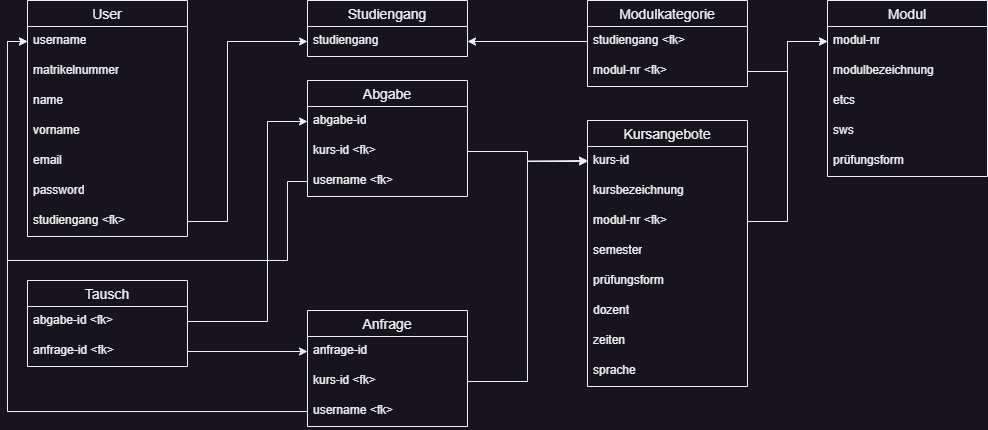
Earlier version of the draw.io export docs/assets/images/ERM.png (FynnKlette/Project-FSWD). Source tidied: cells renumbered, new cells last; positions are measured from the earlier drawing's top-left corner, leaving out a move shared by most shapes. Source of this version:
```xml
<mxGraphModel>
  <root>
    <mxCell id="0" />
    <mxCell id="1" parent="0" />
    <mxCell id="2" value="User" style="swimlane;fontStyle=0;horizontal=1;startSize=26;align=center;fontSize=14;" parent="1" vertex="1">
      <mxGeometry x="20" width="160" height="236" as="geometry" />
    </mxCell>
    <mxCell id="3" value="username" style="text;strokeColor=none;fillColor=none;spacingLeft=4;spacingRight=4;overflow=hidden;points=[[0,0.5],[1,0.5]];portConstraint=eastwest;fontSize=12;whiteSpace=wrap;html=1;" parent="2" vertex="1">
      <mxGeometry y="26" width="160" height="30" as="geometry" />
    </mxCell>
    <mxCell id="4" value="matrikelnummer" style="text;strokeColor=none;fillColor=none;spacingLeft=4;spacingRight=4;overflow=hidden;fontSize=12;whiteSpace=wrap;html=1;" parent="2" vertex="1">
      <mxGeometry y="56" width="160" height="30" as="geometry" />
    </mxCell>
    <mxCell id="5" value="name" style="text;strokeColor=none;fillColor=none;spacingLeft=4;spacingRight=4;overflow=hidden;fontSize=12;whiteSpace=wrap;html=1;" parent="2" vertex="1">
      <mxGeometry y="86" width="160" height="30" as="geometry" />
    </mxCell>
    <mxCell id="6" value="vorname" style="text;strokeColor=none;fillColor=none;spacingLeft=4;spacingRight=4;overflow=hidden;fontSize=12;whiteSpace=wrap;html=1;" parent="2" vertex="1">
      <mxGeometry y="116" width="160" height="30" as="geometry" />
    </mxCell>
    <mxCell id="7" value="email" style="text;strokeColor=none;fillColor=none;spacingLeft=4;spacingRight=4;overflow=hidden;fontSize=12;whiteSpace=wrap;html=1;" parent="2" vertex="1">
      <mxGeometry y="146" width="160" height="30" as="geometry" />
    </mxCell>
    <mxCell id="8" value="password" style="text;strokeColor=none;fillColor=none;spacingLeft=4;spacingRight=4;overflow=hidden;fontSize=12;whiteSpace=wrap;html=1;" parent="2" vertex="1">
      <mxGeometry y="176" width="160" height="30" as="geometry" />
    </mxCell>
    <mxCell id="9" value="studiengang &amp;lt;fk&amp;gt;" style="text;strokeColor=none;fillColor=none;spacingLeft=4;spacingRight=4;overflow=hidden;points=[[0,0.5],[1,0.5]];portConstraint=eastwest;fontSize=12;whiteSpace=wrap;html=1;" parent="2" vertex="1">
      <mxGeometry y="206" width="160" height="30" as="geometry" />
    </mxCell>
    <mxCell id="10" value="Studiengang" style="swimlane;fontStyle=0;horizontal=1;startSize=26;align=center;fontSize=14;" parent="1" vertex="1">
      <mxGeometry x="300" width="160" height="56" as="geometry" />
    </mxCell>
    <mxCell id="11" value="studiengang" style="text;strokeColor=none;fillColor=none;spacingLeft=4;spacingRight=4;overflow=hidden;points=[[0,0.5],[1,0.5]];portConstraint=eastwest;fontSize=12;whiteSpace=wrap;html=1;" parent="10" vertex="1">
      <mxGeometry y="26" width="160" height="30" as="geometry" />
    </mxCell>
    <mxCell id="12" value="Modul" style="swimlane;fontStyle=0;horizontal=1;startSize=26;align=center;fontSize=14;" parent="1" vertex="1">
      <mxGeometry x="820" width="160" height="176" as="geometry" />
    </mxCell>
    <mxCell id="13" value="modul-nr" style="text;strokeColor=none;fillColor=none;spacingLeft=4;spacingRight=4;overflow=hidden;points=[[0,0.5],[1,0.5]];portConstraint=eastwest;fontSize=12;whiteSpace=wrap;html=1;" parent="12" vertex="1">
      <mxGeometry y="26" width="160" height="30" as="geometry" />
    </mxCell>
    <mxCell id="14" value="modulbezeichnung" style="text;strokeColor=none;fillColor=none;spacingLeft=4;spacingRight=4;overflow=hidden;fontSize=12;whiteSpace=wrap;html=1;" parent="12" vertex="1">
      <mxGeometry y="56" width="160" height="30" as="geometry" />
    </mxCell>
    <mxCell id="15" value="etcs" style="text;strokeColor=none;fillColor=none;spacingLeft=4;spacingRight=4;overflow=hidden;fontSize=12;whiteSpace=wrap;html=1;" parent="12" vertex="1">
      <mxGeometry y="86" width="160" height="30" as="geometry" />
    </mxCell>
    <mxCell id="16" value="sws" style="text;strokeColor=none;fillColor=none;spacingLeft=4;spacingRight=4;overflow=hidden;fontSize=12;whiteSpace=wrap;html=1;" parent="12" vertex="1">
      <mxGeometry y="116" width="160" height="30" as="geometry" />
    </mxCell>
    <mxCell id="17" value="prüfungsform" style="text;strokeColor=none;fillColor=none;spacingLeft=4;spacingRight=4;overflow=hidden;fontSize=12;whiteSpace=wrap;html=1;" parent="12" vertex="1">
      <mxGeometry y="146" width="160" height="30" as="geometry" />
    </mxCell>
    <mxCell id="18" value="Kursangebote" style="swimlane;fontStyle=0;horizontal=1;startSize=26;align=center;fontSize=14;" parent="1" vertex="1">
      <mxGeometry x="580" y="120" width="160" height="266" as="geometry" />
    </mxCell>
    <mxCell id="19" value="kurs-id" style="text;strokeColor=none;fillColor=none;spacingLeft=4;spacingRight=4;overflow=hidden;points=[[0,0.5],[1,0.5]];portConstraint=eastwest;fontSize=12;whiteSpace=wrap;html=1;" parent="18" vertex="1">
      <mxGeometry y="26" width="160" height="30" as="geometry" />
    </mxCell>
    <mxCell id="20" value="kursbezeichnung" style="text;strokeColor=none;fillColor=none;spacingLeft=4;spacingRight=4;overflow=hidden;fontSize=12;whiteSpace=wrap;html=1;" parent="18" vertex="1">
      <mxGeometry y="56" width="160" height="30" as="geometry" />
    </mxCell>
    <mxCell id="21" value="modul-nr &amp;lt;fk&amp;gt;" style="text;strokeColor=none;fillColor=none;spacingLeft=4;spacingRight=4;overflow=hidden;points=[[0,0.5],[1,0.5]];portConstraint=eastwest;fontSize=12;whiteSpace=wrap;html=1;" parent="18" vertex="1">
      <mxGeometry y="86" width="160" height="30" as="geometry" />
    </mxCell>
    <mxCell id="22" value="semester" style="text;strokeColor=none;fillColor=none;spacingLeft=4;spacingRight=4;overflow=hidden;fontSize=12;whiteSpace=wrap;html=1;" parent="18" vertex="1">
      <mxGeometry y="116" width="160" height="30" as="geometry" />
    </mxCell>
    <mxCell id="23" value="prüfungsform" style="text;strokeColor=none;fillColor=none;spacingLeft=4;spacingRight=4;overflow=hidden;fontSize=12;whiteSpace=wrap;html=1;" parent="18" vertex="1">
      <mxGeometry y="146" width="160" height="30" as="geometry" />
    </mxCell>
    <mxCell id="24" value="dozent" style="text;strokeColor=none;fillColor=none;spacingLeft=4;spacingRight=4;overflow=hidden;fontSize=12;whiteSpace=wrap;html=1;" parent="18" vertex="1">
      <mxGeometry y="176" width="160" height="30" as="geometry" />
    </mxCell>
    <mxCell id="25" value="zeiten" style="text;strokeColor=none;fillColor=none;spacingLeft=4;spacingRight=4;overflow=hidden;fontSize=12;whiteSpace=wrap;html=1;" parent="18" vertex="1">
      <mxGeometry y="206" width="160" height="30" as="geometry" />
    </mxCell>
    <mxCell id="26" value="sprache" style="text;strokeColor=none;fillColor=none;spacingLeft=4;spacingRight=4;overflow=hidden;fontSize=12;whiteSpace=wrap;html=1;" parent="18" vertex="1">
      <mxGeometry y="236" width="160" height="30" as="geometry" />
    </mxCell>
    <mxCell id="27" value="Modulkategorie" style="swimlane;fontStyle=0;horizontal=1;startSize=26;align=center;fontSize=14;" parent="1" vertex="1">
      <mxGeometry x="580" width="160" height="86" as="geometry" />
    </mxCell>
    <mxCell id="28" value="studiengang &amp;lt;fk&amp;gt;" style="text;strokeColor=none;fillColor=none;spacingLeft=4;spacingRight=4;overflow=hidden;points=[[0,0.5],[1,0.5]];portConstraint=eastwest;fontSize=12;whiteSpace=wrap;html=1;" parent="27" vertex="1">
      <mxGeometry y="26" width="160" height="30" as="geometry" />
    </mxCell>
    <mxCell id="29" value="modul-nr &amp;lt;fk&amp;gt;" style="text;strokeColor=none;fillColor=none;spacingLeft=4;spacingRight=4;overflow=hidden;points=[[0,0.5],[1,0.5]];portConstraint=eastwest;fontSize=12;whiteSpace=wrap;html=1;" parent="27" vertex="1">
      <mxGeometry y="56" width="160" height="30" as="geometry" />
    </mxCell>
    <mxCell id="30" value="Abgabe" style="swimlane;fontStyle=0;horizontal=1;startSize=26;align=center;fontSize=14;" parent="1" vertex="1">
      <mxGeometry x="300" y="80" width="160" height="116" as="geometry" />
    </mxCell>
    <mxCell id="31" value="abgabe-id" style="text;strokeColor=none;fillColor=none;spacingLeft=4;spacingRight=4;overflow=hidden;points=[[0,0.5],[1,0.5]];portConstraint=eastwest;fontSize=12;whiteSpace=wrap;html=1;" parent="30" vertex="1">
      <mxGeometry y="26" width="160" height="30" as="geometry" />
    </mxCell>
    <mxCell id="32" style="edgeStyle=orthogonalEdgeStyle;rounded=0;jettySize=auto;html=1;exitX=1;exitY=0.5;exitDx=0;exitDy=0;" parent="30" edge="1" source="33">
      <mxGeometry relative="1" as="geometry">
        <mxPoint x="280" y="80" as="targetPoint" />
      </mxGeometry>
    </mxCell>
    <mxCell id="33" value="kurs-id &amp;lt;fk&amp;gt;" style="text;strokeColor=none;fillColor=none;spacingLeft=4;spacingRight=4;overflow=hidden;points=[[0,0.5],[1,0.5]];portConstraint=eastwest;fontSize=12;whiteSpace=wrap;html=1;" parent="30" vertex="1">
      <mxGeometry y="56" width="160" height="30" as="geometry" />
    </mxCell>
    <mxCell id="34" value="username &amp;lt;fk&amp;gt;" style="text;strokeColor=none;fillColor=none;spacingLeft=4;spacingRight=4;overflow=hidden;points=[[0,0.5],[1,0.5]];portConstraint=eastwest;fontSize=12;whiteSpace=wrap;html=1;" parent="30" vertex="1">
      <mxGeometry y="86" width="160" height="30" as="geometry" />
    </mxCell>
    <mxCell id="35" value="Anfrage" style="swimlane;fontStyle=0;horizontal=1;startSize=26;align=center;fontSize=14;" parent="1" vertex="1">
      <mxGeometry x="300" y="310" width="160" height="116" as="geometry" />
    </mxCell>
    <mxCell id="36" value="anfrage-id" style="text;strokeColor=none;fillColor=none;spacingLeft=4;spacingRight=4;overflow=hidden;points=[[0,0.5],[1,0.5]];portConstraint=eastwest;fontSize=12;whiteSpace=wrap;html=1;" parent="35" vertex="1">
      <mxGeometry y="26" width="160" height="30" as="geometry" />
    </mxCell>
    <mxCell id="37" value="kurs-id &amp;lt;fk&amp;gt;" style="text;strokeColor=none;fillColor=none;spacingLeft=4;spacingRight=4;overflow=hidden;points=[[0,0.5],[1,0.5]];portConstraint=eastwest;fontSize=12;whiteSpace=wrap;html=1;" parent="35" vertex="1">
      <mxGeometry y="56" width="160" height="30" as="geometry" />
    </mxCell>
    <mxCell id="38" value="username &amp;lt;fk&amp;gt;" style="text;strokeColor=none;fillColor=none;spacingLeft=4;spacingRight=4;overflow=hidden;points=[[0,0.5],[1,0.5]];portConstraint=eastwest;fontSize=12;whiteSpace=wrap;html=1;" parent="35" vertex="1">
      <mxGeometry y="86" width="160" height="30" as="geometry" />
    </mxCell>
    <mxCell id="39" value="Tausch" style="swimlane;fontStyle=0;horizontal=1;startSize=26;align=center;fontSize=14;" parent="1" vertex="1">
      <mxGeometry x="20" y="280" width="160" height="86" as="geometry" />
    </mxCell>
    <mxCell id="40" value="abgabe-id &amp;lt;fk&amp;gt;" style="text;strokeColor=none;fillColor=none;spacingLeft=4;spacingRight=4;overflow=hidden;points=[[0,0.5],[1,0.5]];portConstraint=eastwest;fontSize=12;whiteSpace=wrap;html=1;" parent="39" vertex="1">
      <mxGeometry y="26" width="160" height="30" as="geometry" />
    </mxCell>
    <mxCell id="41" value="anfrage-id &amp;lt;fk&amp;gt;" style="text;strokeColor=none;fillColor=none;spacingLeft=4;spacingRight=4;overflow=hidden;points=[[0,0.5],[1,0.5]];portConstraint=eastwest;fontSize=12;whiteSpace=wrap;html=1;" parent="39" vertex="1">
      <mxGeometry y="56" width="160" height="30" as="geometry" />
    </mxCell>
    <mxCell id="42" style="edgeStyle=orthogonalEdgeStyle;rounded=0;jettySize=auto;html=1;exitX=1;exitY=0.5;exitDx=0;exitDy=0;entryX=0;entryY=0.5;entryDx=0;entryDy=0;" parent="1" edge="1" source="9" target="11">
      <mxGeometry relative="1" as="geometry">
        <Array as="points">
          <mxPoint x="220" y="221" />
          <mxPoint x="220" y="41" />
        </Array>
      </mxGeometry>
    </mxCell>
    <mxCell id="43" style="edgeStyle=orthogonalEdgeStyle;rounded=0;jettySize=auto;html=1;exitX=1;exitY=0.5;exitDx=0;exitDy=0;entryX=0;entryY=0.5;entryDx=0;entryDy=0;" parent="1" edge="1" source="29" target="13">
      <mxGeometry relative="1" as="geometry" />
    </mxCell>
    <mxCell id="44" style="edgeStyle=orthogonalEdgeStyle;rounded=0;jettySize=auto;html=1;exitX=0;exitY=0.5;exitDx=0;exitDy=0;entryX=1;entryY=0.5;entryDx=0;entryDy=0;" parent="1" edge="1" source="28" target="11">
      <mxGeometry relative="1" as="geometry" />
    </mxCell>
    <mxCell id="45" style="edgeStyle=orthogonalEdgeStyle;rounded=0;jettySize=auto;html=1;exitX=1;exitY=0.5;exitDx=0;exitDy=0;entryX=0;entryY=0.5;entryDx=0;entryDy=0;" parent="1" edge="1" source="21" target="13">
      <mxGeometry relative="1" as="geometry" />
    </mxCell>
    <mxCell id="46" style="edgeStyle=orthogonalEdgeStyle;rounded=0;jettySize=auto;html=1;exitX=1;exitY=0.5;exitDx=0;exitDy=0;entryX=0;entryY=0.5;entryDx=0;entryDy=0;" parent="1" edge="1" source="40" target="31">
      <mxGeometry relative="1" as="geometry">
        <Array as="points">
          <mxPoint x="260" y="321" />
          <mxPoint x="260" y="121" />
        </Array>
      </mxGeometry>
    </mxCell>
    <mxCell id="47" style="edgeStyle=orthogonalEdgeStyle;rounded=0;jettySize=auto;html=1;exitX=1;exitY=0.5;exitDx=0;exitDy=0;entryX=0;entryY=0.5;entryDx=0;entryDy=0;" parent="1" edge="1" source="41" target="36">
      <mxGeometry relative="1" as="geometry" />
    </mxCell>
    <mxCell id="48" style="edgeStyle=orthogonalEdgeStyle;rounded=0;jettySize=auto;html=1;exitX=1;exitY=0.5;exitDx=0;exitDy=0;entryX=0;entryY=0.5;entryDx=0;entryDy=0;" parent="1" edge="1" source="37" target="19">
      <mxGeometry relative="1" as="geometry" />
    </mxCell>
    <mxCell id="49" style="edgeStyle=orthogonalEdgeStyle;rounded=0;jettySize=auto;html=1;exitX=0;exitY=0.5;exitDx=0;exitDy=0;entryX=0;entryY=0.5;entryDx=0;entryDy=0;" parent="1" edge="1" source="38" target="3">
      <mxGeometry relative="1" as="geometry" />
    </mxCell>
    <mxCell id="50" style="edgeStyle=orthogonalEdgeStyle;rounded=0;jettySize=auto;html=1;exitX=0;exitY=0.5;exitDx=0;exitDy=0;entryX=0;entryY=0.5;entryDx=0;entryDy=0;" parent="1" edge="1" source="34" target="3">
      <mxGeometry relative="1" as="geometry">
        <Array as="points">
          <mxPoint x="280" y="181" />
          <mxPoint x="280" y="260" />
          <mxPoint y="260" />
          <mxPoint y="41" />
        </Array>
      </mxGeometry>
    </mxCell>
  </root>
</mxGraphModel>
```
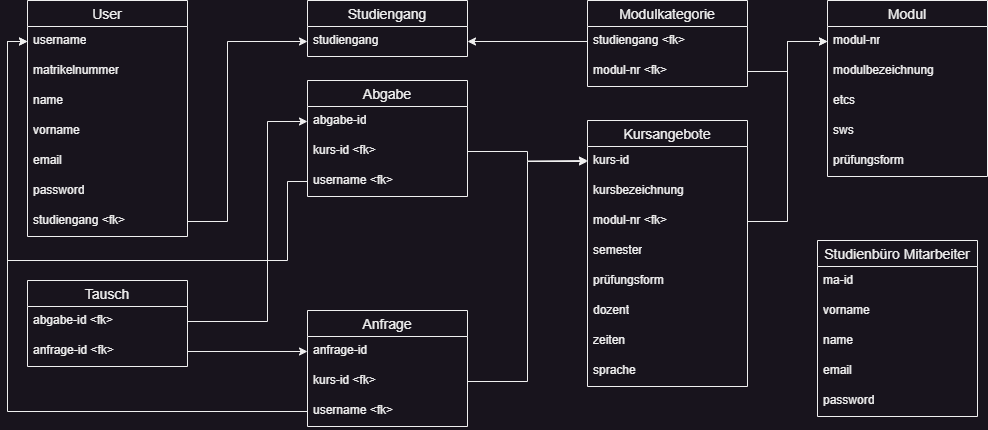
After the change.

Change to the diagram source:
```diff
@@ -168,5 +168,23 @@
         </Array>
       </mxGeometry>
     </mxCell>
+    <mxCell id="51" value="Studienbüro Mitarbeiter" style="swimlane;fontStyle=0;horizontal=1;startSize=26;align=center;fontSize=14;" parent="1" vertex="1">
+      <mxGeometry x="810" y="240" width="160" height="176" as="geometry" />
+    </mxCell>
+    <mxCell id="52" value="ma-id" style="text;strokeColor=none;fillColor=none;spacingLeft=4;spacingRight=4;overflow=hidden;fontSize=12;whiteSpace=wrap;html=1;" parent="51" vertex="1">
+      <mxGeometry y="26" width="160" height="30" as="geometry" />
+    </mxCell>
+    <mxCell id="53" value="vorname" style="text;strokeColor=none;fillColor=none;spacingLeft=4;spacingRight=4;overflow=hidden;fontSize=12;whiteSpace=wrap;html=1;" parent="51" vertex="1">
+      <mxGeometry y="56" width="160" height="30" as="geometry" />
+    </mxCell>
+    <mxCell id="54" value="name" style="text;strokeColor=none;fillColor=none;spacingLeft=4;spacingRight=4;overflow=hidden;fontSize=12;whiteSpace=wrap;html=1;" parent="51" vertex="1">
+      <mxGeometry y="86" width="160" height="30" as="geometry" />
+    </mxCell>
+    <mxCell id="55" value="email" style="text;strokeColor=none;fillColor=none;spacingLeft=4;spacingRight=4;overflow=hidden;fontSize=12;whiteSpace=wrap;html=1;" parent="51" vertex="1">
+      <mxGeometry y="116" width="160" height="30" as="geometry" />
+    </mxCell>
+    <mxCell id="56" value="password" style="text;strokeColor=none;fillColor=none;spacingLeft=4;spacingRight=4;overflow=hidden;fontSize=12;whiteSpace=wrap;html=1;" parent="51" vertex="1">
+      <mxGeometry y="146" width="160" height="30" as="geometry" />
+    </mxCell>
   </root>
 </mxGraphModel>
```
